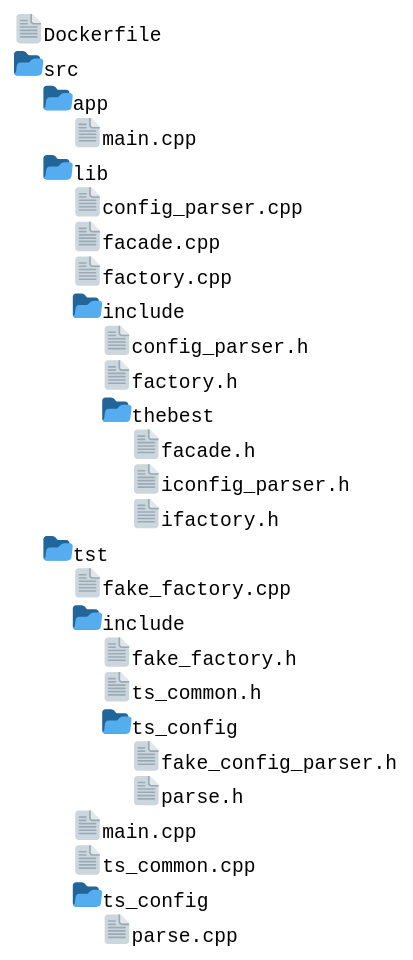
Above: thebest_dir_struct.svg in maitrebart/bdd_swdev_eng (PlantUML), before the change. The source it was exported from:
```plantuml
@startfiles
/Dockerfile
/src/app/main.cpp
/src/lib/config_parser.cpp
/src/lib/facade.cpp
/src/lib/factory.cpp
/src/lib/include/config_parser.h
/src/lib/include/factory.h
/src/lib/include/thebest/facade.h
/src/lib/include/thebest/iconfig_parser.h
/src/lib/include/thebest/ifactory.h
/src/tst/fake_factory.cpp
/src/tst/include/fake_factory.h
/src/tst/include/ts_common.h
/src/tst/include/ts_config/fake_config_parser.h
/src/tst/include/ts_config/parse.h
/src/tst/main.cpp
/src/tst/ts_common.cpp
/src/tst/ts_config/parse.cpp
@endfiles
```
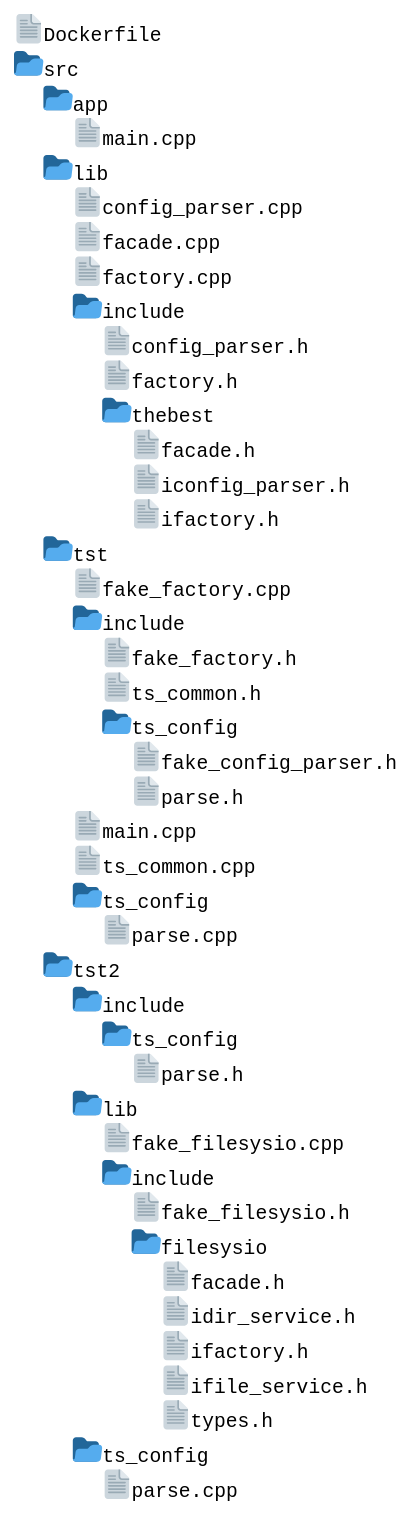
Later version of the same file.

Change to the diagram source:
```diff
@@ -17,4 +17,13 @@
 /src/tst/main.cpp
 /src/tst/ts_common.cpp
 /src/tst/ts_config/parse.cpp
+/src/tst2/include/ts_config/parse.h
+/src/tst2/lib/fake_filesysio.cpp
+/src/tst2/lib/include/fake_filesysio.h
+/src/tst2/lib/include/filesysio/facade.h
+/src/tst2/lib/include/filesysio/idir_service.h
+/src/tst2/lib/include/filesysio/ifactory.h
+/src/tst2/lib/include/filesysio/ifile_service.h
+/src/tst2/lib/include/filesysio/types.h
+/src/tst2/ts_config/parse.cpp
 @endfiles
```
